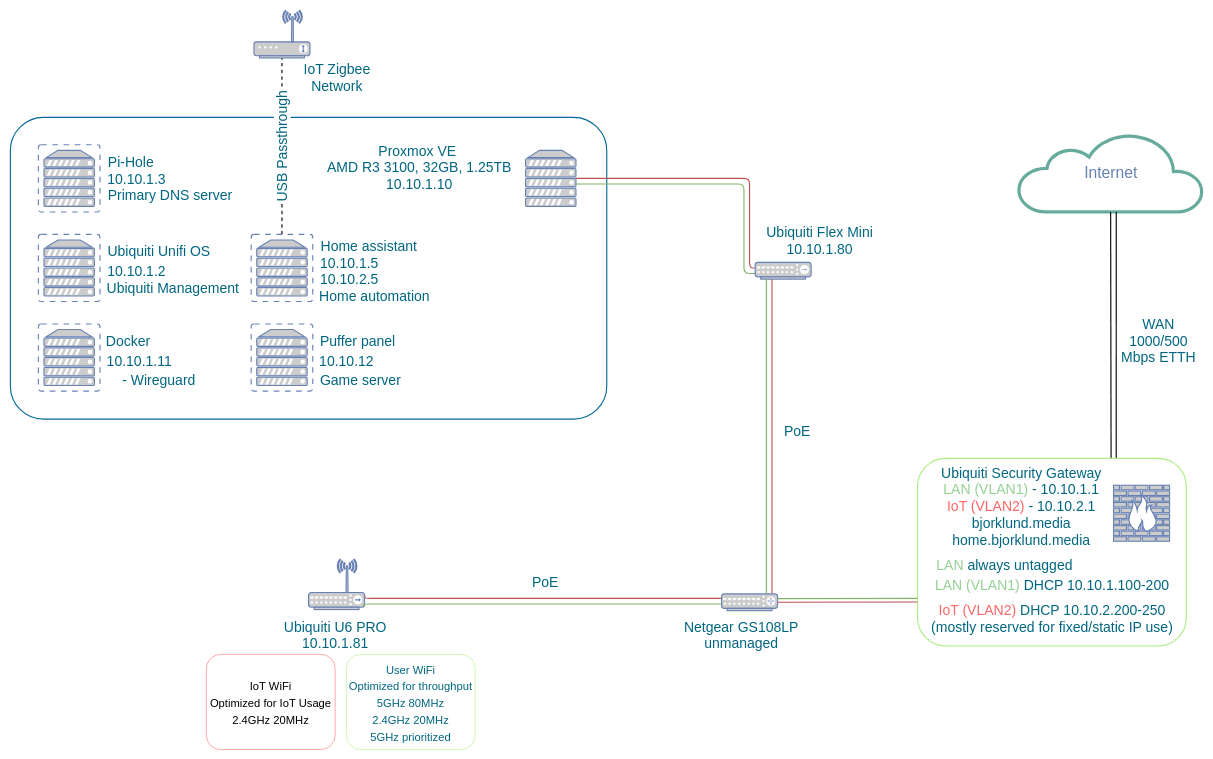
This is Drawio/network.drawio from Vili-B/HomeLab, a draw.io file, before an edit. Source tidied: cells renumbered, new cells numbered last; positions are measured from the earlier drawing's top-left corner, leaving out a move shared by most shapes. Both pictures are drawn from the tidied source at 56%, with x=0, y=0 at pixel (10, 10).
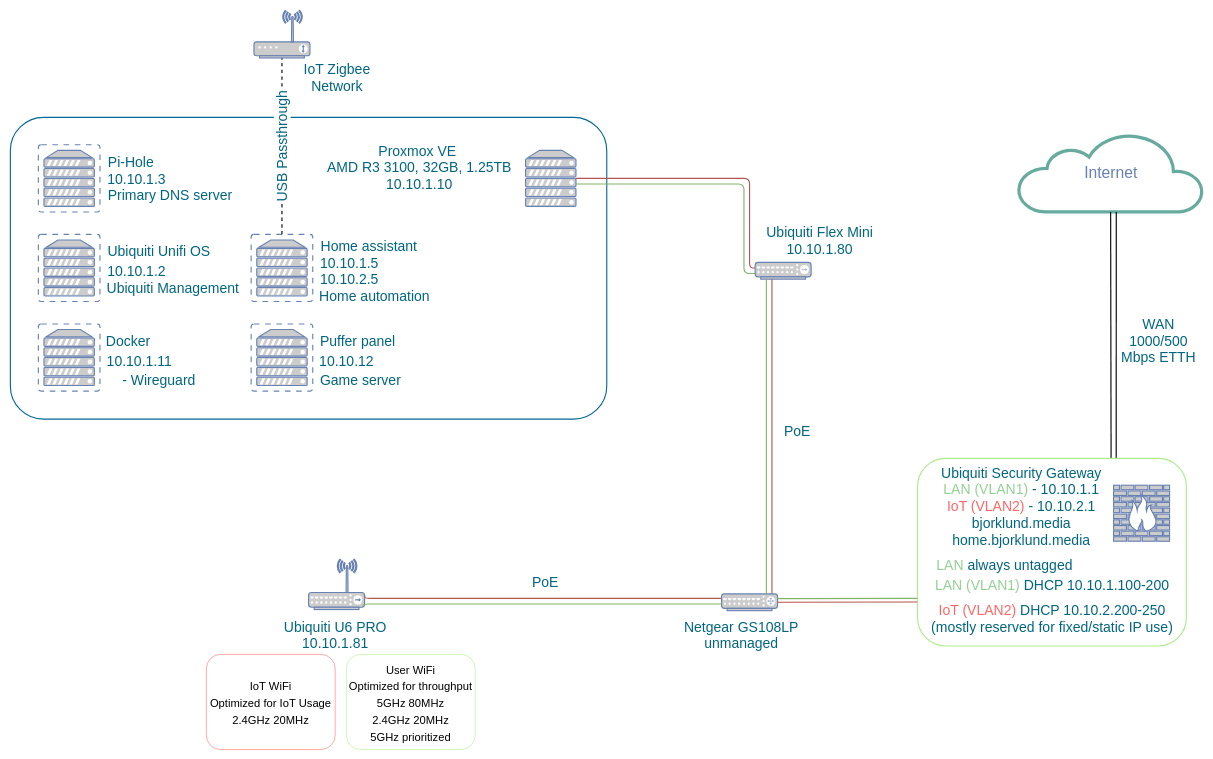
The same diagram, later.

Change to the diagram source:
```diff
@@
-    <mxCell id="30" value="&lt;font style=&quot;font-size: 20px;&quot;&gt;User WiFi&lt;br&gt;Optimized for throughput&lt;br&gt;5GHz 80MHz&lt;br&gt;2.4GHz 20MHz&lt;br&gt;5GHz prioritized&lt;br&gt;&lt;/font&gt;" style="rounded=1;whiteSpace=wrap;html=1;strokeColor=#ACED87;fontSize=25;fontColor=#006680;" parent="1" vertex="1">
+    <mxCell id="30" value="&lt;font style=&quot;font-size: 20px;&quot;&gt;&lt;font color=&quot;#000000&quot;&gt;User WiFi&lt;br&gt;Optimized for throughput&lt;br&gt;5GHz 80MHz&lt;br&gt;2.4GHz 20MHz&lt;br&gt;5GHz prioritized&lt;/font&gt;&lt;br&gt;&lt;/font&gt;" style="rounded=1;whiteSpace=wrap;html=1;strokeColor=#ACED87;fontSize=25;fontColor=#006680;" parent="1" vertex="1">
       <mxGeometry x="600" y="1150" width="230" height="170" as="geometry" />
     </mxCell>
```
